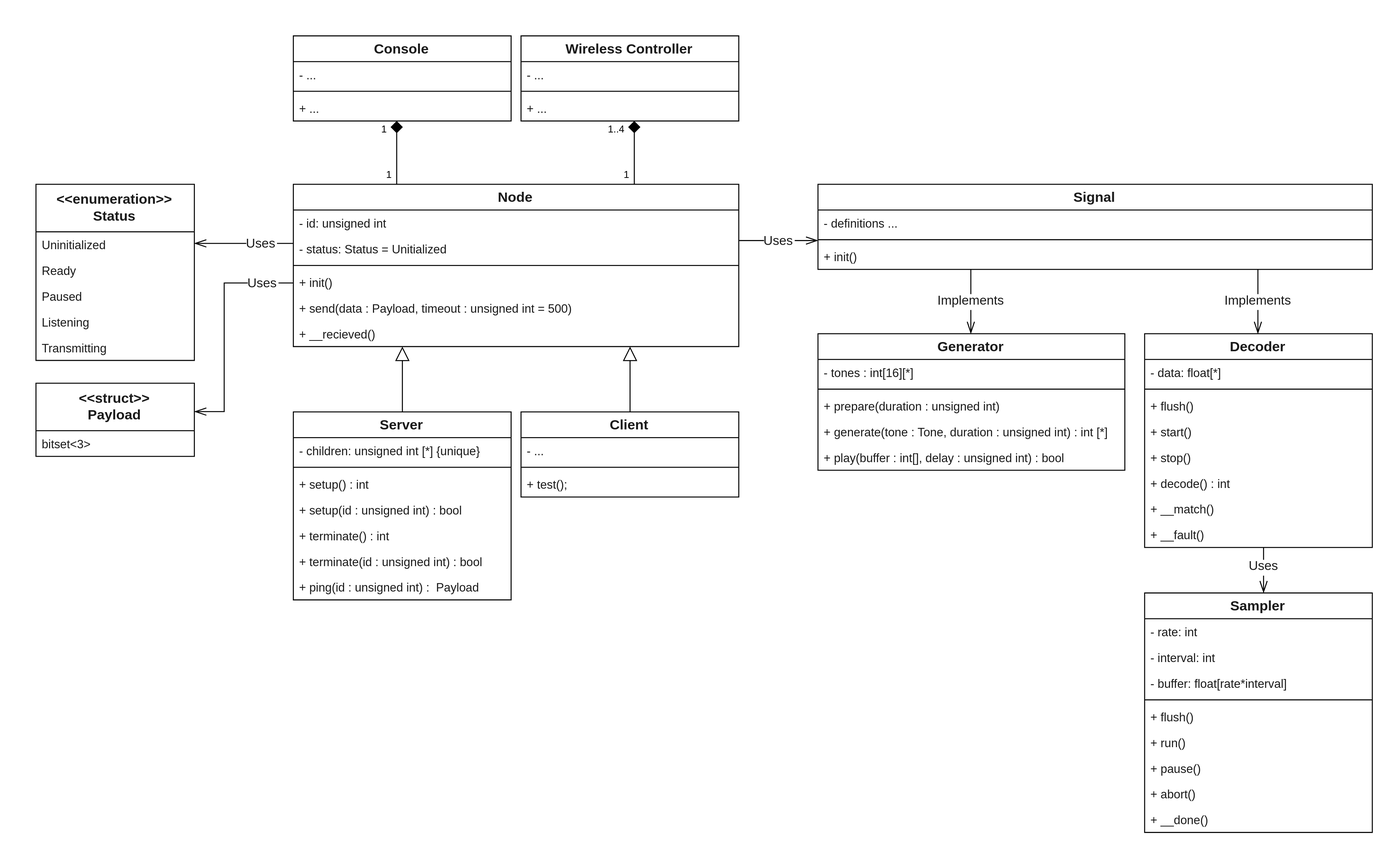
Before: assets/dtmf-system.svg, a diagram exported from draw.io (martinandrovich/dtmf-system). Source tidied: cells renumbered, new cells last; positions are measured from the earlier drawing's top-left corner, leaving out a move shared by most shapes.
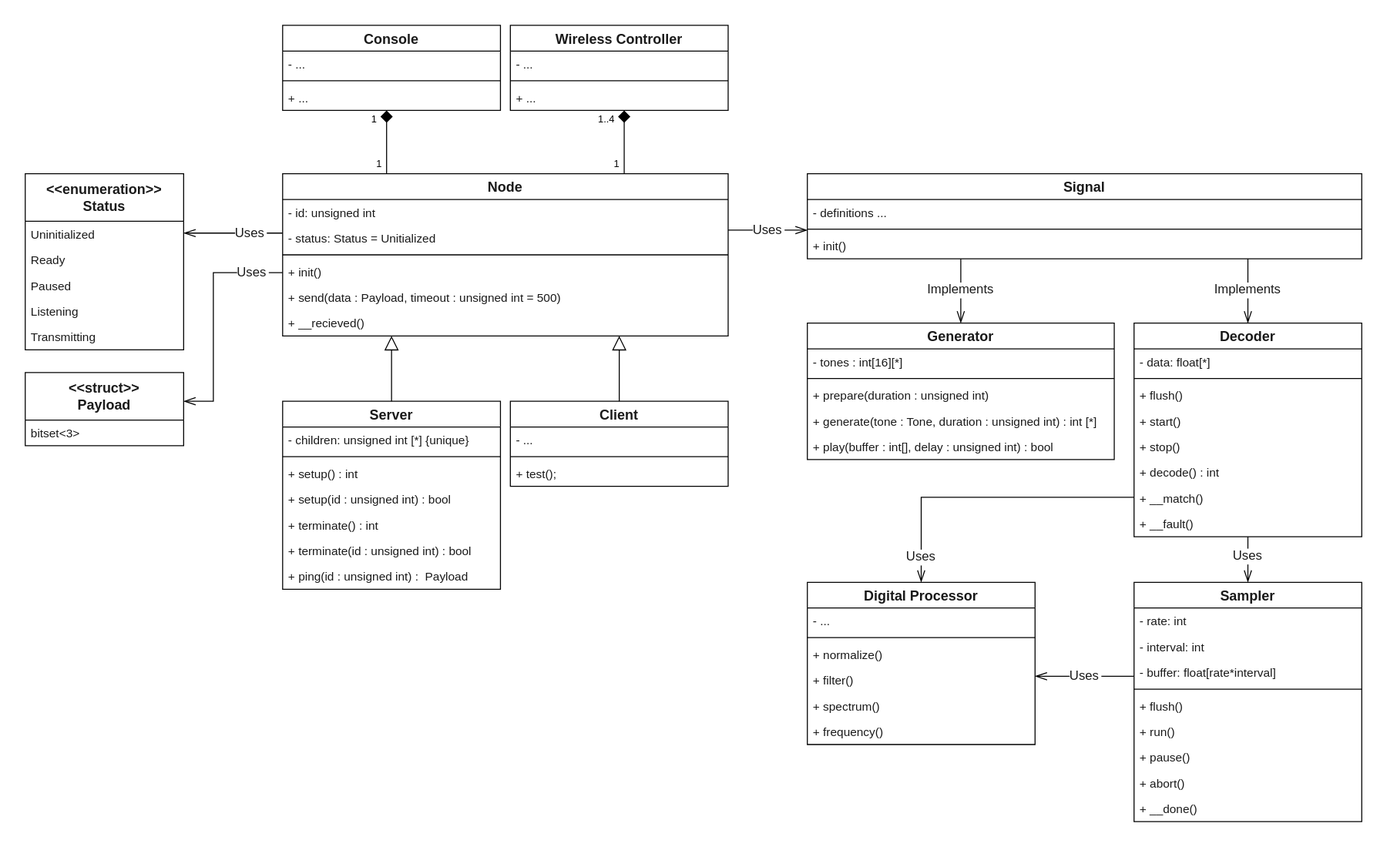
After the commit.

Change to the diagram source:
```diff
@@ -282,10 +282,6 @@
     </mxCell>
     <mxCell id="78" value="Uses" style="edgeStyle=orthogonalEdgeStyle;rounded=0;jumpSize=6;html=0;startArrow=none;startFill=0;startSize=10;endArrow=openThin;endFill=0;endSize=10;jettySize=auto;strokeColor=#000000;fontSize=13;fontColor=#1A1A1A;" parent="1" edge="1" source="67" target="57">
       <mxGeometry x="0.26" y="-10" relative="1" as="geometry">
-        <Array as="points">
-          <mxPoint x="1240" y="537" />
-          <mxPoint x="1240" y="537" />
-        </Array>
         <mxPoint x="10" y="-10" as="offset" />
       </mxGeometry>
     </mxCell>
@@ -298,5 +294,41 @@
         <mxPoint x="-20" y="-20" as="offset" />
       </mxGeometry>
     </mxCell>
+    <mxCell id="80" value="Digital Processor" style="swimlane;fontStyle=1;align=center;verticalAlign=top;horizontal=1;startSize=26;swimlaneFillColor=#ffffff;rounded=0;shadow=0;glass=0;comic=0;labelBackgroundColor=none;strokeColor=#000000;fillColor=none;gradientColor=none;fontSize=14;fontColor=#1A1A1A;spacing=0;" parent="1" vertex="1">
+      <mxGeometry x="790" y="563" width="230" height="164" as="geometry" />
+    </mxCell>
+    <mxCell id="81" value="- ...&#10;" style="text;strokeColor=none;fillColor=none;align=left;verticalAlign=top;spacingLeft=4;spacingRight=4;overflow=hidden;fontColor=#1A1A1A;" parent="80" vertex="1">
+      <mxGeometry y="26" width="230" height="26" as="geometry" />
+    </mxCell>
+    <mxCell id="82" style="line;strokeWidth=1;fillColor=none;align=left;verticalAlign=middle;spacingTop=-1;spacingLeft=3;spacingRight=3;labelPosition=right;fontColor=#1A1A1A;" parent="80" vertex="1">
+      <mxGeometry y="52" width="230" height="8" as="geometry" />
+    </mxCell>
+    <mxCell id="83" value="+ normalize()" style="text;strokeColor=none;fillColor=none;align=left;verticalAlign=top;spacingLeft=4;spacingRight=4;overflow=hidden;fontColor=#1A1A1A;" parent="80" vertex="1">
+      <mxGeometry y="60" width="230" height="26" as="geometry" />
+    </mxCell>
+    <mxCell id="84" value="+ filter()&#10;" style="text;strokeColor=none;fillColor=none;align=left;verticalAlign=top;spacingLeft=4;spacingRight=4;overflow=hidden;fontColor=#1A1A1A;" parent="80" vertex="1">
+      <mxGeometry y="86" width="230" height="26" as="geometry" />
+    </mxCell>
+    <mxCell id="85" value="+ spectrum()" style="text;strokeColor=none;fillColor=none;align=left;verticalAlign=top;spacingLeft=4;spacingRight=4;overflow=hidden;fontColor=#1A1A1A;" parent="80" vertex="1">
+      <mxGeometry y="112" width="230" height="26" as="geometry" />
+    </mxCell>
+    <mxCell id="86" value="+ frequency()" style="text;strokeColor=none;fillColor=none;align=left;verticalAlign=top;spacingLeft=4;spacingRight=4;overflow=hidden;fontColor=#1A1A1A;" parent="80" vertex="1">
+      <mxGeometry y="138" width="230" height="26" as="geometry" />
+    </mxCell>
+    <mxCell id="87" value="Uses" style="edgeStyle=orthogonalEdgeStyle;rounded=0;jumpSize=6;html=0;startArrow=none;startFill=0;startSize=10;endArrow=openThin;endFill=0;endSize=10;jettySize=auto;strokeColor=#000000;fontSize=13;fontColor=#1A1A1A;" parent="1" edge="1" source="57" target="80">
+      <mxGeometry relative="1" as="geometry">
+        <Array as="points">
+          <mxPoint x="1100" y="658" />
+          <mxPoint x="1100" y="658" />
+        </Array>
+      </mxGeometry>
+    </mxCell>
+    <mxCell id="88" value="Uses" style="edgeStyle=orthogonalEdgeStyle;rounded=0;jumpSize=6;html=0;startArrow=none;startFill=0;startSize=10;endArrow=openThin;endFill=0;endSize=10;jettySize=auto;strokeColor=#000000;fontSize=13;fontColor=#1A1A1A;" parent="1" edge="1" source="67" target="80">
+      <mxGeometry x="0.83" relative="1" as="geometry">
+        <Array as="points">
+          <mxPoint x="905" y="477" />
+        </Array>
+      </mxGeometry>
+    </mxCell>
   </root>
 </mxGraphModel>
```
